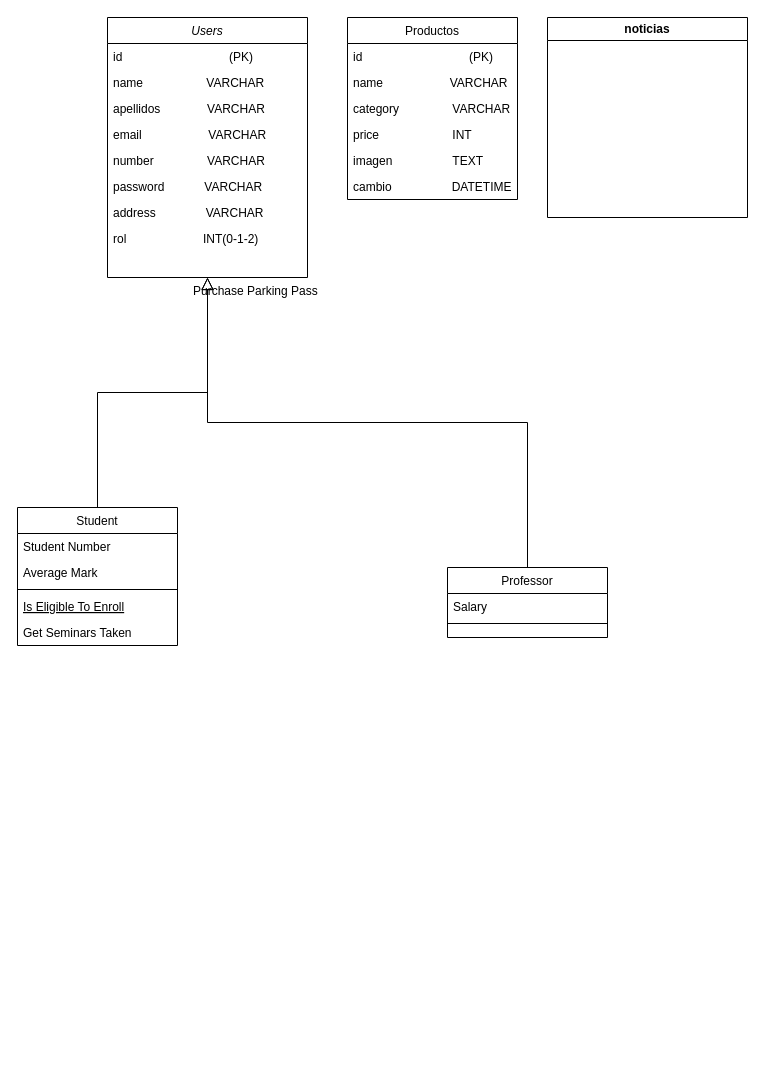
The draw.io diagram Diagrama sin título.drawio in JoseAlbort/Programacion, before the edit. Source tidied: cells renumbered, new cells numbered last; positions are measured from the earlier drawing's top-left corner, leaving out a move shared by most shapes. Both pictures are drawn from the tidied source at 100%, with x=0, y=0 at pixel (17, 17).
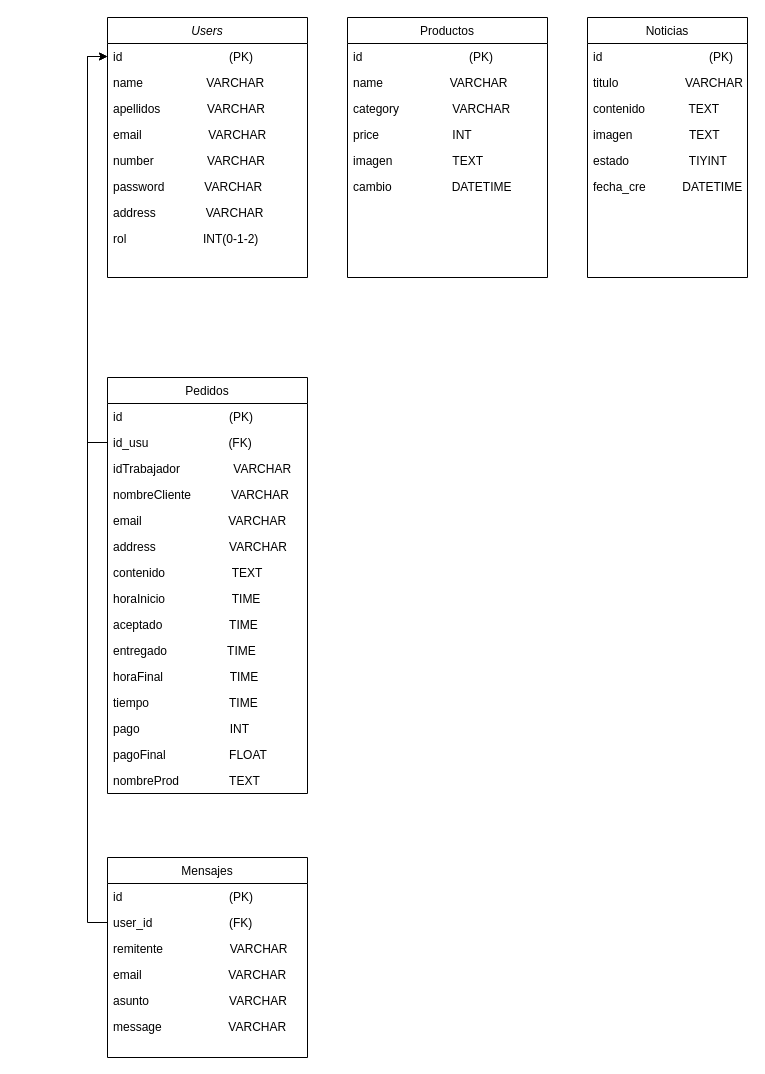
The same diagram, later.

Unchanged cells that the change refers to:
```xml
<mxCell id="2" value="Users" style="swimlane;fontStyle=2;align=center;verticalAlign=top;horizontal=1;startSize=26;rounded=0;shadow=0;strokeWidth=1;" parent="1" vertex="1">
  <mxGeometry x="90" width="200" height="260" as="geometry" />
</mxCell>
<mxCell id="3" value="id                                (PK)" style="text;align=left;verticalAlign=top;spacingLeft=4;spacingRight=4;overflow=hidden;points=[[0,0.5],[1,0.5]];portConstraint=eastwest;" parent="2" vertex="1">
  <mxGeometry y="26" width="200" height="26" as="geometry" />
</mxCell>
```

What changed in the source:
```diff
@@
-    <mxCell id="12" value="Student" style="swimlane;fontStyle=0;align=center;verticalAlign=top;horizontal=1;startSize=26;rounded=0;shadow=0;strokeWidth=1;" parent="1" vertex="1">
-      <mxGeometry y="490" width="160" height="138" as="geometry" />
-    </mxCell>
-    <mxCell id="13" value="Student Number" style="text;align=left;verticalAlign=top;spacingLeft=4;spacingRight=4;overflow=hidden;" parent="12" vertex="1">
-      <mxGeometry y="26" width="160" height="26" as="geometry" />
-    </mxCell>
-    <mxCell id="14" value="Average Mark" style="text;align=left;verticalAlign=top;spacingLeft=4;spacingRight=4;overflow=hidden;rounded=0;shadow=0;html=0;" parent="12" vertex="1">
-      <mxGeometry y="52" width="160" height="26" as="geometry" />
-    </mxCell>
-    <mxCell id="15" style="line;html=1;strokeWidth=1;align=left;verticalAlign=middle;spacingTop=-1;spacingLeft=3;spacingRight=3;labelPosition=right;" parent="12" vertex="1">
-      <mxGeometry y="78" width="160" height="8" as="geometry" />
-    </mxCell>
-    <mxCell id="16" value="Is Eligible To Enroll" style="text;align=left;verticalAlign=top;spacingLeft=4;spacingRight=4;overflow=hidden;fontStyle=4;" parent="12" vertex="1">
-      <mxGeometry y="86" width="160" height="26" as="geometry" />
-    </mxCell>
-    <mxCell id="17" value="Get Seminars Taken" style="text;align=left;verticalAlign=top;spacingLeft=4;spacingRight=4;overflow=hidden;" parent="12" vertex="1">
-      <mxGeometry y="112" width="160" height="26" as="geometry" />
-    </mxCell>
-    <mxCell id="18" style="endArrow=block;endSize=10;endFill=0;shadow=0;strokeWidth=1;rounded=0;curved=0;edgeStyle=elbowEdgeStyle;elbow=vertical;" parent="1" edge="1" source="12" target="2">
-      <mxGeometry relative="1" as="geometry" />
-    </mxCell>
-    <mxCell id="19" value="Professor" style="swimlane;fontStyle=0;align=center;verticalAlign=top;horizontal=1;startSize=26;rounded=0;shadow=0;strokeWidth=1;" parent="1" vertex="1">
-      <mxGeometry x="430" y="550" width="160" height="70" as="geometry" />
-    </mxCell>
-    <mxCell id="20" value="Salary" style="text;align=left;verticalAlign=top;spacingLeft=4;spacingRight=4;overflow=hidden;" parent="19" vertex="1">
-      <mxGeometry y="26" width="160" height="26" as="geometry" />
-    </mxCell>
-    <mxCell id="21" style="line;html=1;strokeWidth=1;align=left;verticalAlign=middle;spacingTop=-1;spacingLeft=3;spacingRight=3;labelPosition=right;" parent="19" vertex="1">
-      <mxGeometry y="52" width="160" height="8" as="geometry" />
-    </mxCell>
-    <mxCell id="22" style="endArrow=block;endSize=10;endFill=0;shadow=0;strokeWidth=1;rounded=0;curved=0;edgeStyle=elbowEdgeStyle;elbow=vertical;" parent="1" edge="1" source="19" target="2">
-      <mxGeometry relative="1" as="geometry" />
-    </mxCell>
     <mxCell id="23" value="Productos" style="swimlane;fontStyle=0;align=center;verticalAlign=top;horizontal=1;startSize=26;rounded=0;shadow=0;strokeWidth=1;" parent="1" vertex="1">
-      <mxGeometry x="330" width="170" height="182" as="geometry" />
+      <mxGeometry x="330" width="200" height="260" as="geometry" />
     </mxCell>
     <mxCell id="24" value="id                                (PK)" style="text;align=left;verticalAlign=top;spacingLeft=4;spacingRight=4;overflow=hidden;" parent="23" vertex="1">
-      <mxGeometry y="26" width="170" height="26" as="geometry" />
+      <mxGeometry y="26" width="200" height="26" as="geometry" />
     </mxCell>
     <mxCell id="25" value="name                    VARCHAR" style="text;align=left;verticalAlign=top;spacingLeft=4;spacingRight=4;overflow=hidden;rounded=0;shadow=0;html=0;" parent="23" vertex="1">
-      <mxGeometry y="52" width="170" height="26" as="geometry" />
+      <mxGeometry y="52" width="200" height="26" as="geometry" />
     </mxCell>
     <mxCell id="26" value="category                VARCHAR" style="text;align=left;verticalAlign=top;spacingLeft=4;spacingRight=4;overflow=hidden;rounded=0;shadow=0;html=0;" parent="23" vertex="1">
-      <mxGeometry y="78" width="170" height="26" as="geometry" />
+      <mxGeometry y="78" width="200" height="26" as="geometry" />
     </mxCell>
     <mxCell id="27" value="price                      INT" style="text;align=left;verticalAlign=top;spacingLeft=4;spacingRight=4;overflow=hidden;rounded=0;shadow=0;html=0;" parent="23" vertex="1">
-      <mxGeometry y="104" width="170" height="26" as="geometry" />
+      <mxGeometry y="104" width="200" height="26" as="geometry" />
     </mxCell>
     <mxCell id="28" value="imagen                  TEXT" style="text;align=left;verticalAlign=top;spacingLeft=4;spacingRight=4;overflow=hidden;rounded=0;shadow=0;html=0;" parent="23" vertex="1">
-      <mxGeometry y="130" width="170" height="26" as="geometry" />
+      <mxGeometry y="130" width="200" height="26" as="geometry" />
     </mxCell>
     <mxCell id="29" value="cambio                  DATETIME" style="text;align=left;verticalAlign=top;spacingLeft=4;spacingRight=4;overflow=hidden;rounded=0;shadow=0;html=0;" parent="23" vertex="1">
-      <mxGeometry y="156" width="170" height="26" as="geometry" />
+      <mxGeometry y="156" width="200" height="26" as="geometry" />
     </mxCell>
-    <mxCell id="30" value="Purchase Parking Pass" style="text;align=left;verticalAlign=top;spacingLeft=4;spacingRight=4;overflow=hidden;" parent="1" vertex="1">
-      <mxGeometry x="170" y="260" width="160" height="26" as="geometry" />
-    </mxCell>
-    <mxCell id="31" value="noticias" style="swimlane;whiteSpace=wrap;html=1;" parent="1" vertex="1">
-      <mxGeometry x="530" width="200" height="200" as="geometry" />
-    </mxCell>
+    <mxCell id="32" value="Noticias" style="swimlane;fontStyle=0;align=center;verticalAlign=top;horizontal=1;startSize=26;rounded=0;shadow=0;strokeWidth=1;" parent="1" vertex="1">
+      <mxGeometry x="570" width="160" height="260" as="geometry" />
+    </mxCell>
+    <mxCell id="33" value="id                                (PK)" style="text;align=left;verticalAlign=top;spacingLeft=4;spacingRight=4;overflow=hidden;" parent="32" vertex="1">
+      <mxGeometry y="26" width="160" height="26" as="geometry" />
+    </mxCell>
+    <mxCell id="34" value="titulo                    VARCHAR" style="text;align=left;verticalAlign=top;spacingLeft=4;spacingRight=4;overflow=hidden;rounded=0;shadow=0;html=0;" parent="32" vertex="1">
+      <mxGeometry y="52" width="160" height="26" as="geometry" />
+    </mxCell>
+    <mxCell id="35" value="contenido             TEXT" style="text;align=left;verticalAlign=top;spacingLeft=4;spacingRight=4;overflow=hidden;rounded=0;shadow=0;html=0;" parent="32" vertex="1">
+      <mxGeometry y="78" width="160" height="26" as="geometry" />
+    </mxCell>
+    <mxCell id="36" value="imagen                 TEXT" style="text;align=left;verticalAlign=top;spacingLeft=4;spacingRight=4;overflow=hidden;rounded=0;shadow=0;html=0;" parent="32" vertex="1">
+      <mxGeometry y="104" width="160" height="26" as="geometry" />
+    </mxCell>
+    <mxCell id="37" value="estado                  TIYINT" style="text;align=left;verticalAlign=top;spacingLeft=4;spacingRight=4;overflow=hidden;rounded=0;shadow=0;html=0;" parent="32" vertex="1">
+      <mxGeometry y="130" width="160" height="26" as="geometry" />
+    </mxCell>
+    <mxCell id="38" value="fecha_cre           DATETIME" style="text;align=left;verticalAlign=top;spacingLeft=4;spacingRight=4;overflow=hidden;rounded=0;shadow=0;html=0;" parent="32" vertex="1">
+      <mxGeometry y="156" width="160" height="104" as="geometry" />
+    </mxCell>
+    <mxCell id="39" value="Pedidos" style="swimlane;fontStyle=0;align=center;verticalAlign=top;horizontal=1;startSize=26;rounded=0;shadow=0;strokeWidth=1;" parent="1" vertex="1">
+      <mxGeometry x="90" y="360" width="200" height="416" as="geometry" />
+    </mxCell>
+    <mxCell id="40" value="id                                (PK)" style="text;align=left;verticalAlign=top;spacingLeft=4;spacingRight=4;overflow=hidden;" parent="39" vertex="1">
+      <mxGeometry y="26" width="200" height="26" as="geometry" />
+    </mxCell>
+    <mxCell id="41" value="id_usu                        (FK)" style="text;align=left;verticalAlign=top;spacingLeft=4;spacingRight=4;overflow=hidden;points=[[0,0.5],[1,0.5]];portConstraint=eastwest;rounded=0;shadow=0;html=0;" parent="39" vertex="1">
+      <mxGeometry y="52" width="200" height="26" as="geometry" />
+    </mxCell>
+    <mxCell id="42" value="idTrabajador                VARCHAR" style="text;align=left;verticalAlign=top;spacingLeft=4;spacingRight=4;overflow=hidden;rounded=0;shadow=0;html=0;" parent="39" vertex="1">
+      <mxGeometry y="78" width="200" height="26" as="geometry" />
+    </mxCell>
+    <mxCell id="43" value="nombreCliente            VARCHAR" style="text;align=left;verticalAlign=top;spacingLeft=4;spacingRight=4;overflow=hidden;rounded=0;shadow=0;html=0;" parent="39" vertex="1">
+      <mxGeometry y="104" width="200" height="26" as="geometry" />
+    </mxCell>
+    <mxCell id="44" value="email                          VARCHAR" style="text;align=left;verticalAlign=top;spacingLeft=4;spacingRight=4;overflow=hidden;rounded=0;shadow=0;html=0;" parent="39" vertex="1">
+      <mxGeometry y="130" width="200" height="26" as="geometry" />
+    </mxCell>
+    <mxCell id="45" value="address                      VARCHAR" style="text;align=left;verticalAlign=top;spacingLeft=4;spacingRight=4;overflow=hidden;rounded=0;shadow=0;html=0;" parent="39" vertex="1">
+      <mxGeometry y="156" width="200" height="26" as="geometry" />
+    </mxCell>
+    <mxCell id="46" value="contenido                    TEXT    " style="text;align=left;verticalAlign=top;spacingLeft=4;spacingRight=4;overflow=hidden;rounded=0;shadow=0;html=0;" parent="39" vertex="1">
+      <mxGeometry y="182" width="200" height="26" as="geometry" />
+    </mxCell>
+    <mxCell id="47" value="horaInicio                    TIME" style="text;align=left;verticalAlign=top;spacingLeft=4;spacingRight=4;overflow=hidden;rounded=0;shadow=0;html=0;" parent="39" vertex="1">
+      <mxGeometry y="208" width="200" height="26" as="geometry" />
+    </mxCell>
+    <mxCell id="48" value="aceptado                    TIME" style="text;align=left;verticalAlign=top;spacingLeft=4;spacingRight=4;overflow=hidden;rounded=0;shadow=0;html=0;" parent="39" vertex="1">
+      <mxGeometry y="234" width="200" height="26" as="geometry" />
+    </mxCell>
+    <mxCell id="49" value="entregado                  TIME" style="text;align=left;verticalAlign=top;spacingLeft=4;spacingRight=4;overflow=hidden;rounded=0;shadow=0;html=0;" parent="39" vertex="1">
+      <mxGeometry y="260" width="200" height="26" as="geometry" />
+    </mxCell>
+    <mxCell id="50" value="horaFinal                    TIME" style="text;align=left;verticalAlign=top;spacingLeft=4;spacingRight=4;overflow=hidden;rounded=0;shadow=0;html=0;" parent="39" vertex="1">
+      <mxGeometry y="286" width="200" height="26" as="geometry" />
+    </mxCell>
+    <mxCell id="51" value="tiempo                        TIME" style="text;align=left;verticalAlign=top;spacingLeft=4;spacingRight=4;overflow=hidden;rounded=0;shadow=0;html=0;" parent="39" vertex="1">
+      <mxGeometry y="312" width="200" height="26" as="geometry" />
+    </mxCell>
+    <mxCell id="52" value="pago                           INT" style="text;align=left;verticalAlign=top;spacingLeft=4;spacingRight=4;overflow=hidden;rounded=0;shadow=0;html=0;" parent="39" vertex="1">
+      <mxGeometry y="338" width="200" height="26" as="geometry" />
+    </mxCell>
+    <mxCell id="53" value="pagoFinal                   FLOAT    " style="text;align=left;verticalAlign=top;spacingLeft=4;spacingRight=4;overflow=hidden;rounded=0;shadow=0;html=0;" parent="39" vertex="1">
+      <mxGeometry y="364" width="200" height="26" as="geometry" />
+    </mxCell>
+    <mxCell id="54" value="nombreProd               TEXT" style="text;align=left;verticalAlign=top;spacingLeft=4;spacingRight=4;overflow=hidden;rounded=0;shadow=0;html=0;" parent="39" vertex="1">
+      <mxGeometry y="390" width="200" height="26" as="geometry" />
+    </mxCell>
+    <mxCell id="55" value="Mensajes" style="swimlane;fontStyle=0;align=center;verticalAlign=top;horizontal=1;startSize=26;rounded=0;shadow=0;strokeWidth=1;" parent="1" vertex="1">
+      <mxGeometry x="90" y="840" width="200" height="200" as="geometry" />
+    </mxCell>
+    <mxCell id="56" value="id                                (PK)" style="text;align=left;verticalAlign=top;spacingLeft=4;spacingRight=4;overflow=hidden;" parent="55" vertex="1">
+      <mxGeometry y="26" width="200" height="26" as="geometry" />
+    </mxCell>
+    <mxCell id="57" value="user_id                       (FK)" style="text;align=left;verticalAlign=top;spacingLeft=4;spacingRight=4;overflow=hidden;points=[[0,0.5],[1,0.5]];portConstraint=eastwest;rounded=0;shadow=0;html=0;" parent="55" vertex="1">
+      <mxGeometry y="52" width="200" height="26" as="geometry" />
+    </mxCell>
+    <mxCell id="58" value="remitente                    VARCHAR" style="text;align=left;verticalAlign=top;spacingLeft=4;spacingRight=4;overflow=hidden;rounded=0;shadow=0;html=0;" parent="55" vertex="1">
+      <mxGeometry y="78" width="200" height="26" as="geometry" />
+    </mxCell>
+    <mxCell id="59" value="email                          VARCHAR" style="text;align=left;verticalAlign=top;spacingLeft=4;spacingRight=4;overflow=hidden;rounded=0;shadow=0;html=0;" parent="55" vertex="1">
+      <mxGeometry y="104" width="200" height="26" as="geometry" />
+    </mxCell>
+    <mxCell id="60" value="asunto                        VARCHAR" style="text;align=left;verticalAlign=top;spacingLeft=4;spacingRight=4;overflow=hidden;rounded=0;shadow=0;html=0;" parent="55" vertex="1">
+      <mxGeometry y="130" width="200" height="26" as="geometry" />
+    </mxCell>
+    <mxCell id="61" value="message                    VARCHAR" style="text;align=left;verticalAlign=top;spacingLeft=4;spacingRight=4;overflow=hidden;rounded=0;shadow=0;html=0;" parent="55" vertex="1">
+      <mxGeometry y="156" width="200" height="24" as="geometry" />
+    </mxCell>
+    <mxCell id="62" style="edgeStyle=orthogonalEdgeStyle;rounded=0;jettySize=auto;html=1;exitX=0;exitY=0.5;exitDx=0;exitDy=0;entryX=0;entryY=0.5;entryDx=0;entryDy=0;" parent="1" edge="1" source="41" target="3">
+      <mxGeometry relative="1" as="geometry" />
+    </mxCell>
+    <mxCell id="63" style="edgeStyle=orthogonalEdgeStyle;rounded=0;jettySize=auto;html=1;exitX=0;exitY=0.5;exitDx=0;exitDy=0;entryX=0;entryY=0.5;entryDx=0;entryDy=0;" parent="1" edge="1" source="57" target="3">
+      <mxGeometry relative="1" as="geometry" />
+    </mxCell>
```
